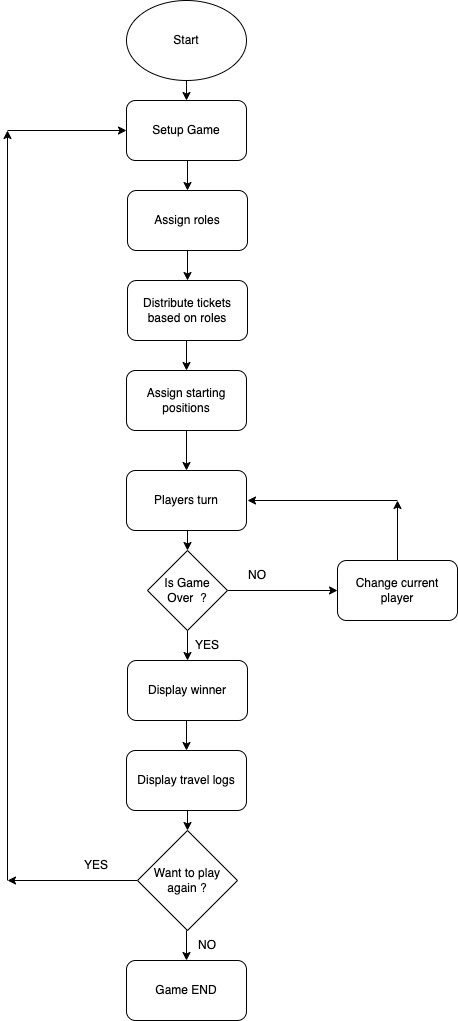
Before: main.drawio.png, a diagram exported from draw.io (garimiddisuman/project). Source tidied: cells renumbered, new cells last; positions are measured from the earlier drawing's top-left corner, leaving out a move shared by most shapes.
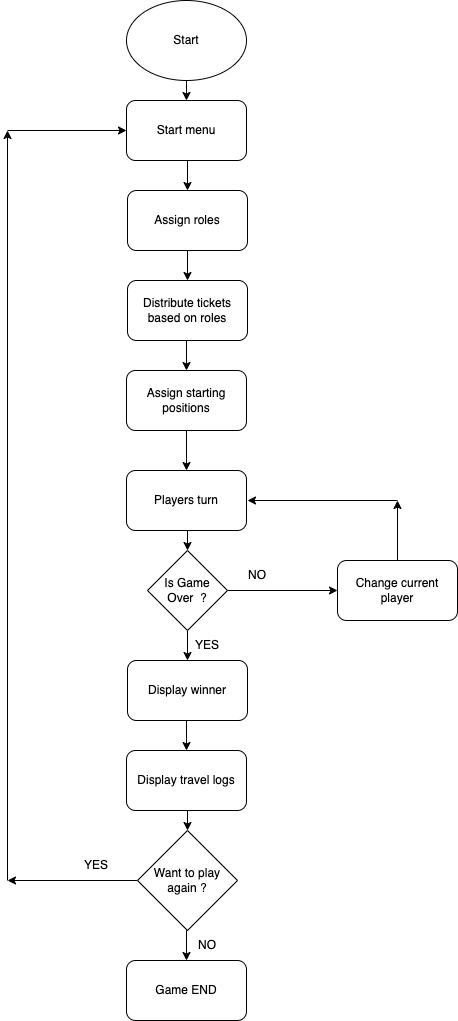
The same diagram one commit later.

Commit message:
changes setup game to start menu

Diff of the diagram source:
```diff
@@ -11,7 +11,7 @@
     <mxCell id="4" style="edgeStyle=orthogonalEdgeStyle;rounded=0;jettySize=auto;html=1;exitX=0.5;exitY=1;exitDx=0;exitDy=0;entryX=0.5;entryY=0;entryDx=0;entryDy=0;" parent="1" edge="1" source="5" target="7">
       <mxGeometry relative="1" as="geometry" />
     </mxCell>
-    <mxCell id="5" value="Setup Game" style="rounded=1;whiteSpace=wrap;html=1;" parent="1" vertex="1">
+    <mxCell id="5" value="Start menu" style="rounded=1;whiteSpace=wrap;html=1;" parent="1" vertex="1">
       <mxGeometry x="119" y="100" width="120" height="60" as="geometry" />
     </mxCell>
     <mxCell id="6" style="edgeStyle=orthogonalEdgeStyle;rounded=0;jettySize=auto;html=1;exitX=0.5;exitY=1;exitDx=0;exitDy=0;entryX=0.5;entryY=0;entryDx=0;entryDy=0;" parent="1" edge="1" source="7" target="9">
```
